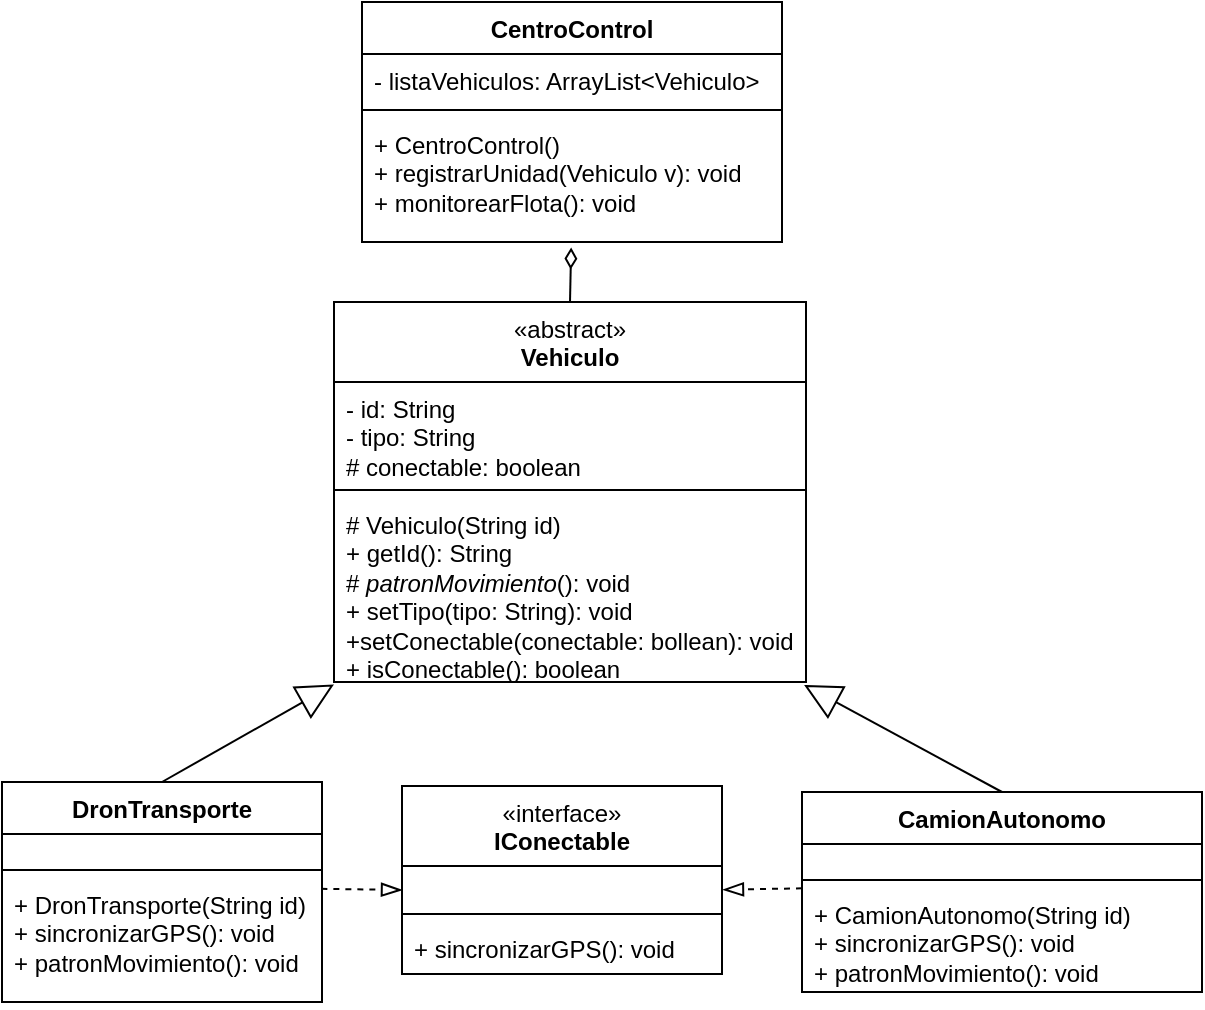
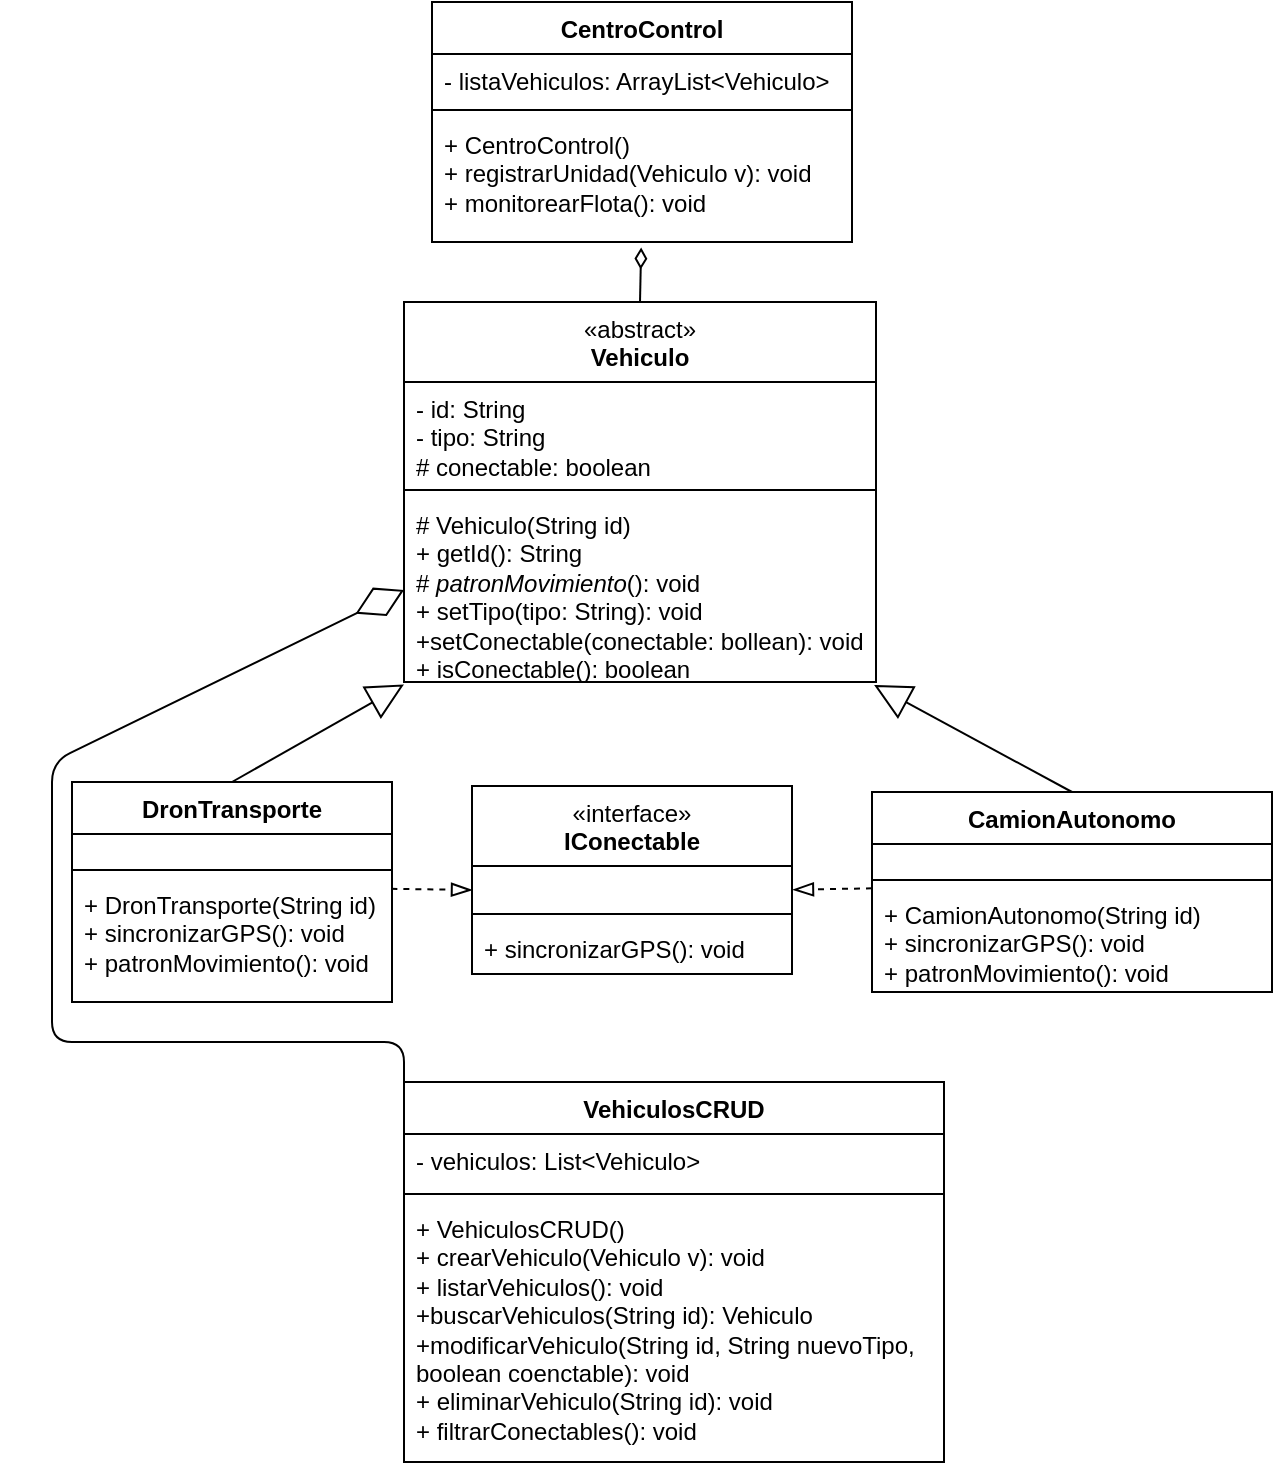
<mxfile host="app.diagrams.net">
  <diagram name="Página-1" id="Gx-6Sk3iEYZY395NJ4nk">
-     <mxGraphModel dx="852" dy="648" grid="1" gridSize="10" guides="1" tooltips="1" connect="1" arrows="1" fold="1" page="1" pageScale="1" pageWidth="827" pageHeight="1169" math="0" shadow="0">
+     <mxGraphModel dx="583" dy="694" grid="1" gridSize="10" guides="1" tooltips="1" connect="1" arrows="1" fold="1" page="1" pageScale="1" pageWidth="827" pageHeight="1169" math="0" shadow="0">
      <root>
        <mxCell id="0" />
        <mxCell id="1" parent="0" />
        <mxCell id="bkj872Oz4KbGmm8OL5di-1" parent="1" style="swimlane;fontStyle=1;align=center;verticalAlign=top;childLayout=stackLayout;horizontal=1;startSize=40;horizontalStack=0;resizeParent=1;resizeParentMax=0;resizeLast=0;collapsible=1;marginBottom=0;whiteSpace=wrap;html=1;" value="&lt;div&gt;&lt;span style=&quot;font-weight: 400;&quot;&gt;«abstract»&lt;/span&gt;&lt;br style=&quot;font-weight: 400;&quot;&gt;&lt;/div&gt;Vehiculo" vertex="1">
          <mxGeometry height="190" width="236" x="296" y="180" as="geometry">
            <mxRectangle height="40" width="100" x="335" y="170" as="alternateBounds" />
          </mxGeometry>
        </mxCell>
        <mxCell id="bkj872Oz4KbGmm8OL5di-2" parent="bkj872Oz4KbGmm8OL5di-1" style="text;strokeColor=none;fillColor=none;align=left;verticalAlign=top;spacingLeft=4;spacingRight=4;overflow=hidden;rotatable=0;points=[[0,0.5],[1,0.5]];portConstraint=eastwest;whiteSpace=wrap;html=1;" value="- id: String&lt;div&gt;- tipo: String&lt;/div&gt;&lt;div&gt;# conectable: boolean&lt;/div&gt;" vertex="1">
          <mxGeometry height="50" width="236" y="40" as="geometry" />
        </mxCell>
        <mxCell id="bkj872Oz4KbGmm8OL5di-3" parent="bkj872Oz4KbGmm8OL5di-1" style="line;strokeWidth=1;fillColor=none;align=left;verticalAlign=middle;spacingTop=-1;spacingLeft=3;spacingRight=3;rotatable=0;labelPosition=right;points=[];portConstraint=eastwest;strokeColor=inherit;" value="" vertex="1">
          <mxGeometry height="8" width="236" y="90" as="geometry" />
        </mxCell>
        <mxCell id="bkj872Oz4KbGmm8OL5di-4" parent="bkj872Oz4KbGmm8OL5di-1" style="text;strokeColor=none;fillColor=none;align=left;verticalAlign=top;spacingLeft=4;spacingRight=4;overflow=hidden;rotatable=0;points=[[0,0.5],[1,0.5]];portConstraint=eastwest;whiteSpace=wrap;html=1;" value="&lt;div&gt;# Vehiculo(String id)&lt;/div&gt;+ getId(): String&lt;div&gt;# &lt;i&gt;patronMovimiento&lt;/i&gt;(): void&lt;/div&gt;&lt;div&gt;+ setTipo(tipo: String): void&lt;/div&gt;&lt;div&gt;+setConectable(conectable: bollean): void&lt;/div&gt;&lt;div&gt;+ isConectable(): boolean&lt;/div&gt;" vertex="1">
          <mxGeometry height="92" width="236" y="98" as="geometry" />
        </mxCell>
        <mxCell id="bkj872Oz4KbGmm8OL5di-6" parent="1" style="swimlane;fontStyle=1;align=center;verticalAlign=top;childLayout=stackLayout;horizontal=1;startSize=40;horizontalStack=0;resizeParent=1;resizeParentMax=0;resizeLast=0;collapsible=1;marginBottom=0;whiteSpace=wrap;html=1;" value="&lt;span style=&quot;font-weight: 400;&quot;&gt;«interface»&lt;/span&gt;&lt;br style=&quot;font-weight: 400;&quot;&gt;&lt;b&gt;IConectable&lt;/b&gt;" vertex="1">
          <mxGeometry height="94" width="160" x="330" y="422" as="geometry">
            <mxRectangle height="40" width="100" x="340" y="338" as="alternateBounds" />
          </mxGeometry>
        </mxCell>
        <mxCell id="bkj872Oz4KbGmm8OL5di-7" parent="bkj872Oz4KbGmm8OL5di-6" style="text;strokeColor=none;fillColor=none;align=left;verticalAlign=top;spacingLeft=4;spacingRight=4;overflow=hidden;rotatable=0;points=[[0,0.5],[1,0.5]];portConstraint=eastwest;whiteSpace=wrap;html=1;" value="&lt;div&gt;&lt;br&gt;&lt;/div&gt;&lt;div&gt;&lt;br&gt;&lt;/div&gt;" vertex="1">
          <mxGeometry height="20" width="160" y="40" as="geometry" />
        </mxCell>
        <mxCell id="bkj872Oz4KbGmm8OL5di-8" parent="bkj872Oz4KbGmm8OL5di-6" style="line;strokeWidth=1;fillColor=none;align=left;verticalAlign=middle;spacingTop=-1;spacingLeft=3;spacingRight=3;rotatable=0;labelPosition=right;points=[];portConstraint=eastwest;strokeColor=inherit;" value="" vertex="1">
          <mxGeometry height="8" width="160" y="60" as="geometry" />
        </mxCell>
        <mxCell id="bkj872Oz4KbGmm8OL5di-9" parent="bkj872Oz4KbGmm8OL5di-6" style="text;strokeColor=none;fillColor=none;align=left;verticalAlign=top;spacingLeft=4;spacingRight=4;overflow=hidden;rotatable=0;points=[[0,0.5],[1,0.5]];portConstraint=eastwest;whiteSpace=wrap;html=1;" value="+ sincronizarGPS(): void" vertex="1">
          <mxGeometry height="26" width="160" y="68" as="geometry" />
        </mxCell>
        <mxCell id="bkj872Oz4KbGmm8OL5di-11" parent="1" style="swimlane;fontStyle=1;align=center;verticalAlign=top;childLayout=stackLayout;horizontal=1;startSize=26;horizontalStack=0;resizeParent=1;resizeParentMax=0;resizeLast=0;collapsible=1;marginBottom=0;whiteSpace=wrap;html=1;" value="DronTransporte" vertex="1">
          <mxGeometry height="110" width="160" x="130" y="420" as="geometry" />
        </mxCell>
        <mxCell id="bkj872Oz4KbGmm8OL5di-12" parent="bkj872Oz4KbGmm8OL5di-11" style="text;strokeColor=none;fillColor=none;align=left;verticalAlign=top;spacingLeft=4;spacingRight=4;overflow=hidden;rotatable=0;points=[[0,0.5],[1,0.5]];portConstraint=eastwest;whiteSpace=wrap;html=1;" value="&lt;span style=&quot;color: rgba(0, 0, 0, 0); font-family: monospace; font-size: 0px; white-space: nowrap;&quot;&gt;%3CmxGraphModel%3E%3Croot%3E%3CmxCell%20id%3D%220%22%2F%3E%3CmxCell%20id%3D%221%22%20parent%3D%220%22%2F%3E%3CmxCell%20id%3D%222%22%20parent%3D%221%22%20style%3D%22text%3BstrokeColor%3Dnone%3BfillColor%3Dnone%3Balign%3Dleft%3BverticalAlign%3Dtop%3BspacingLeft%3D4%3BspacingRight%3D4%3Boverflow%3Dhidden%3Brotatable%3D0%3Bpoints%3D%5B%5B0%2C0.5%5D%2C%5B1%2C0.5%5D%5D%3BportConstraint%3Deastwest%3BwhiteSpace%3Dwrap%3Bhtml%3D1%3B%22%20value%3D%22%26lt%3Bdiv%26gt%3B%26lt%3Bbr%26gt%3B%26lt%3B%2Fdiv%26gt%3B%26lt%3Bdiv%26gt%3B%26lt%3Bbr%26gt%3B%26lt%3B%2Fdiv%26gt%3B%22%20vertex%3D%221%22%3E%3CmxGeometry%20height%3D%2220%22%20width%3D%22160%22%20x%3D%22340%22%20y%3D%22378%22%20as%3D%22geometry%22%2F%3E%3C%2FmxCell%3E%3C%2Froot%3E%3C%2FmxGraphModel%3E&lt;/span&gt;&lt;div&gt;&lt;span style=&quot;color: rgba(0, 0, 0, 0); font-family: monospace; font-size: 0px; white-space: nowrap;&quot;&gt;&lt;br&gt;&lt;/span&gt;&lt;/div&gt;" vertex="1">
          <mxGeometry height="14" width="160" y="26" as="geometry" />
        </mxCell>
        <mxCell id="bkj872Oz4KbGmm8OL5di-13" parent="bkj872Oz4KbGmm8OL5di-11" style="line;strokeWidth=1;fillColor=none;align=left;verticalAlign=middle;spacingTop=-1;spacingLeft=3;spacingRight=3;rotatable=0;labelPosition=right;points=[];portConstraint=eastwest;strokeColor=inherit;" value="" vertex="1">
          <mxGeometry height="8" width="160" y="40" as="geometry" />
        </mxCell>
        <mxCell id="bkj872Oz4KbGmm8OL5di-14" parent="bkj872Oz4KbGmm8OL5di-11" style="text;strokeColor=none;fillColor=none;align=left;verticalAlign=top;spacingLeft=4;spacingRight=4;overflow=hidden;rotatable=0;points=[[0,0.5],[1,0.5]];portConstraint=eastwest;whiteSpace=wrap;html=1;" value="+ DronTransporte(String id)&lt;div&gt;&lt;div&gt;+ sincronizarGPS(): void&lt;/div&gt;&lt;/div&gt;&lt;div&gt;+&amp;nbsp;patronMovimiento(): void&lt;/div&gt;" vertex="1">
          <mxGeometry height="62" width="160" y="48" as="geometry" />
        </mxCell>
        <mxCell id="bkj872Oz4KbGmm8OL5di-16" edge="1" parent="1" source="bkj872Oz4KbGmm8OL5di-11" style="endArrow=block;endSize=16;endFill=0;html=1;rounded=0;entryX=0;entryY=1.013;entryDx=0;entryDy=0;entryPerimeter=0;exitX=0.5;exitY=0;exitDx=0;exitDy=0;" target="bkj872Oz4KbGmm8OL5di-4" value="">
          <mxGeometry relative="1" width="160" as="geometry">
            <mxPoint x="330" y="360" as="sourcePoint" />
            <mxPoint x="490" y="360" as="targetPoint" />
          </mxGeometry>
        </mxCell>
        <mxCell id="y_XMCYgOpmnqqYBFIQhc-5" parent="1" style="swimlane;fontStyle=1;align=center;verticalAlign=top;childLayout=stackLayout;horizontal=1;startSize=26;horizontalStack=0;resizeParent=1;resizeParentMax=0;resizeLast=0;collapsible=1;marginBottom=0;whiteSpace=wrap;html=1;" value="CentroControl" vertex="1">
          <mxGeometry height="120" width="210" x="310" y="30" as="geometry" />
        </mxCell>
        <mxCell id="y_XMCYgOpmnqqYBFIQhc-6" parent="y_XMCYgOpmnqqYBFIQhc-5" style="text;strokeColor=none;fillColor=none;align=left;verticalAlign=top;spacingLeft=4;spacingRight=4;overflow=hidden;rotatable=0;points=[[0,0.5],[1,0.5]];portConstraint=eastwest;whiteSpace=wrap;html=1;" value="- listaVehiculos: ArrayList&amp;lt;Vehiculo&amp;gt;" vertex="1">
          <mxGeometry height="24" width="210" y="26" as="geometry" />
        </mxCell>
        <mxCell id="y_XMCYgOpmnqqYBFIQhc-7" parent="y_XMCYgOpmnqqYBFIQhc-5" style="line;strokeWidth=1;fillColor=none;align=left;verticalAlign=middle;spacingTop=-1;spacingLeft=3;spacingRight=3;rotatable=0;labelPosition=right;points=[];portConstraint=eastwest;strokeColor=inherit;" value="" vertex="1">
          <mxGeometry height="8" width="210" y="50" as="geometry" />
        </mxCell>
        <mxCell id="y_XMCYgOpmnqqYBFIQhc-8" parent="y_XMCYgOpmnqqYBFIQhc-5" style="text;strokeColor=none;fillColor=none;align=left;verticalAlign=top;spacingLeft=4;spacingRight=4;overflow=hidden;rotatable=0;points=[[0,0.5],[1,0.5]];portConstraint=eastwest;whiteSpace=wrap;html=1;" value="&lt;div&gt;+ CentroControl()&lt;/div&gt;+ registrarUnidad(Vehiculo v): void&lt;div&gt;+ monitorearFlota(): void&lt;/div&gt;" vertex="1">
          <mxGeometry height="62" width="210" y="58" as="geometry" />
        </mxCell>
        <mxCell id="y_XMCYgOpmnqqYBFIQhc-15" edge="1" parent="1" source="y_XMCYgOpmnqqYBFIQhc-8" style="endArrow=none;startArrow=diamondThin;endFill=0;startFill=0;html=1;verticalAlign=bottom;labelBackgroundColor=none;strokeWidth=1;startSize=8;endSize=8;rounded=0;entryX=0.5;entryY=0;entryDx=0;entryDy=0;exitX=0.498;exitY=1.045;exitDx=0;exitDy=0;exitPerimeter=0;" target="bkj872Oz4KbGmm8OL5di-1" value="">
          <mxGeometry relative="1" width="160" as="geometry">
            <mxPoint x="535" y="170" as="sourcePoint" />
            <mxPoint x="755" y="200" as="targetPoint" />
          </mxGeometry>
        </mxCell>
        <mxCell id="y_XMCYgOpmnqqYBFIQhc-27" parent="1" style="swimlane;fontStyle=1;align=center;verticalAlign=top;childLayout=stackLayout;horizontal=1;startSize=26;horizontalStack=0;resizeParent=1;resizeParentMax=0;resizeLast=0;collapsible=1;marginBottom=0;whiteSpace=wrap;html=1;" value="CamionAutonomo" vertex="1">
          <mxGeometry height="100" width="200" x="530" y="425" as="geometry" />
        </mxCell>
        <mxCell id="y_XMCYgOpmnqqYBFIQhc-28" parent="y_XMCYgOpmnqqYBFIQhc-27" style="text;strokeColor=none;fillColor=none;align=left;verticalAlign=top;spacingLeft=4;spacingRight=4;overflow=hidden;rotatable=0;points=[[0,0.5],[1,0.5]];portConstraint=eastwest;whiteSpace=wrap;html=1;" value="&lt;span style=&quot;color: rgba(0, 0, 0, 0); font-family: monospace; font-size: 0px; white-space: nowrap;&quot;&gt;%3CmxGraphModel%3E%3Croot%3E%3CmxCell%20id%3D%220%22%2F%3E%3CmxCell%20id%3D%221%22%20parent%3D%220%22%2F%3E%3CmxCell%20id%3D%222%22%20parent%3D%221%22%20style%3D%22text%3BstrokeColor%3Dnone%3BfillColor%3Dnone%3Balign%3Dleft%3BverticalAlign%3Dtop%3BspacingLeft%3D4%3BspacingRight%3D4%3Boverflow%3Dhidden%3Brotatable%3D0%3Bpoints%3D%5B%5B0%2C0.5%5D%2C%5B1%2C0.5%5D%5D%3BportConstraint%3Deastwest%3BwhiteSpace%3Dwrap%3Bhtml%3D1%3B%22%20value%3D%22%26lt%3Bdiv%26gt%3B%26lt%3Bbr%26gt%3B%26lt%3B%2Fdiv%26gt%3B%26lt%3Bdiv%26gt%3B%26lt%3Bbr%26gt%3B%26lt%3B%2Fdiv%26gt%3B%22%20vertex%3D%221%22%3E%3CmxGeometry%20height%3D%2220%22%20width%3D%22160%22%20x%3D%22340%22%20y%3D%22378%22%20as%3D%22geometry%22%2F%3E%3C%2FmxCell%3E%3C%2Froot%3E%3C%2FmxGraphModel%3E&lt;/span&gt;" vertex="1">
          <mxGeometry height="14" width="200" y="26" as="geometry" />
        </mxCell>
        <mxCell id="y_XMCYgOpmnqqYBFIQhc-29" parent="y_XMCYgOpmnqqYBFIQhc-27" style="line;strokeWidth=1;fillColor=none;align=left;verticalAlign=middle;spacingTop=-1;spacingLeft=3;spacingRight=3;rotatable=0;labelPosition=right;points=[];portConstraint=eastwest;strokeColor=inherit;" value="" vertex="1">
          <mxGeometry height="8" width="200" y="40" as="geometry" />
        </mxCell>
        <mxCell id="y_XMCYgOpmnqqYBFIQhc-30" parent="y_XMCYgOpmnqqYBFIQhc-27" style="text;strokeColor=none;fillColor=none;align=left;verticalAlign=top;spacingLeft=4;spacingRight=4;overflow=hidden;rotatable=0;points=[[0,0.5],[1,0.5]];portConstraint=eastwest;whiteSpace=wrap;html=1;" value="+ CamionAutonomo(String id)&lt;div&gt;&lt;span style=&quot;background-color: transparent; color: light-dark(rgb(0, 0, 0), rgb(255, 255, 255));&quot;&gt;+ sincronizarGPS(): void&lt;/span&gt;&lt;/div&gt;&lt;div&gt;+&amp;nbsp;patronMovimiento(): void&lt;span style=&quot;background-color: transparent; color: light-dark(rgb(0, 0, 0), rgb(255, 255, 255));&quot;&gt;&lt;/span&gt;&lt;/div&gt;" vertex="1">
          <mxGeometry height="52" width="200" y="48" as="geometry" />
        </mxCell>
        <mxCell id="y_XMCYgOpmnqqYBFIQhc-31" edge="1" parent="1" source="y_XMCYgOpmnqqYBFIQhc-27" style="endArrow=block;endSize=16;endFill=0;html=1;rounded=0;entryX=0.996;entryY=1.016;entryDx=0;entryDy=0;entryPerimeter=0;exitX=0.5;exitY=0;exitDx=0;exitDy=0;" target="bkj872Oz4KbGmm8OL5di-4" value="">
          <mxGeometry relative="1" width="160" as="geometry">
            <mxPoint x="310" y="349" as="sourcePoint" />
            <mxPoint x="350" y="310" as="targetPoint" />
          </mxGeometry>
        </mxCell>
        <mxCell id="y_XMCYgOpmnqqYBFIQhc-38" edge="1" parent="1" source="bkj872Oz4KbGmm8OL5di-14" style="html=1;verticalAlign=bottom;labelBackgroundColor=none;endArrow=blockThin;endFill=0;endSize=8;rounded=0;entryX=0;entryY=0.6;entryDx=0;entryDy=0;entryPerimeter=0;dashed=1;exitX=0.998;exitY=0.087;exitDx=0;exitDy=0;exitPerimeter=0;" target="bkj872Oz4KbGmm8OL5di-7" value="">
          <mxGeometry relative="1" width="160" as="geometry">
            <mxPoint x="300" y="474" as="sourcePoint" />
            <mxPoint x="470" y="502.74" as="targetPoint" />
          </mxGeometry>
        </mxCell>
        <mxCell id="y_XMCYgOpmnqqYBFIQhc-41" edge="1" parent="1" source="y_XMCYgOpmnqqYBFIQhc-30" style="html=1;verticalAlign=bottom;labelBackgroundColor=none;endArrow=blockThin;endFill=0;endSize=8;rounded=0;dashed=1;exitX=0;exitY=0.003;exitDx=0;exitDy=0;entryX=1.003;entryY=0.593;entryDx=0;entryDy=0;entryPerimeter=0;exitPerimeter=0;" target="bkj872Oz4KbGmm8OL5di-7" value="">
          <mxGeometry relative="1" width="160" as="geometry">
            <mxPoint x="310" y="504" as="sourcePoint" />
            <mxPoint x="500" y="464" as="targetPoint" />
          </mxGeometry>
        </mxCell>
+         <mxCell id="IxsSMRNGfXRgSVnCZn6l-1" parent="1" style="swimlane;fontStyle=1;align=center;verticalAlign=top;childLayout=stackLayout;horizontal=1;startSize=26;horizontalStack=0;resizeParent=1;resizeParentMax=0;resizeLast=0;collapsible=1;marginBottom=0;whiteSpace=wrap;html=1;" value="VehiculosCRUD" vertex="1">
+           <mxGeometry height="190" width="270" x="296" y="570" as="geometry" />
+         </mxCell>
+         <mxCell id="IxsSMRNGfXRgSVnCZn6l-2" parent="IxsSMRNGfXRgSVnCZn6l-1" style="text;strokeColor=none;fillColor=none;align=left;verticalAlign=top;spacingLeft=4;spacingRight=4;overflow=hidden;rotatable=0;points=[[0,0.5],[1,0.5]];portConstraint=eastwest;whiteSpace=wrap;html=1;" value="- vehiculos: List&amp;lt;Vehiculo&amp;gt;" vertex="1">
+           <mxGeometry height="26" width="270" y="26" as="geometry" />
+         </mxCell>
+         <mxCell id="IxsSMRNGfXRgSVnCZn6l-3" parent="IxsSMRNGfXRgSVnCZn6l-1" style="line;strokeWidth=1;fillColor=none;align=left;verticalAlign=middle;spacingTop=-1;spacingLeft=3;spacingRight=3;rotatable=0;labelPosition=right;points=[];portConstraint=eastwest;strokeColor=inherit;" value="" vertex="1">
+           <mxGeometry height="8" width="270" y="52" as="geometry" />
+         </mxCell>
+         <mxCell id="IxsSMRNGfXRgSVnCZn6l-4" parent="IxsSMRNGfXRgSVnCZn6l-1" style="text;strokeColor=none;fillColor=none;align=left;verticalAlign=top;spacingLeft=4;spacingRight=4;overflow=hidden;rotatable=0;points=[[0,0.5],[1,0.5]];portConstraint=eastwest;whiteSpace=wrap;html=1;" value="+ VehiculosCRUD()&lt;div&gt;+ crearVehiculo(Vehiculo v): void&lt;/div&gt;&lt;div&gt;+ listarVehiculos(): void&lt;/div&gt;&lt;div&gt;+buscarVehiculos(String id): Vehiculo&lt;/div&gt;&lt;div&gt;+modificarVehiculo(String id, String nuevoTipo, boolean coenctable): void&lt;/div&gt;&lt;div&gt;+ eliminarVehiculo(String id): void&lt;/div&gt;&lt;div&gt;+ filtrarConectables(): void&lt;/div&gt;" vertex="1">
+           <mxGeometry height="130" width="270" y="60" as="geometry" />
+         </mxCell>
+         <mxCell id="IxsSMRNGfXRgSVnCZn6l-9" edge="1" parent="1" source="IxsSMRNGfXRgSVnCZn6l-4" style="endArrow=diamondThin;endFill=0;endSize=24;html=1;rounded=1;exitX=0;exitY=0.5;exitDx=0;exitDy=0;curved=0;entryX=0;entryY=0.5;entryDx=0;entryDy=0;" target="bkj872Oz4KbGmm8OL5di-4" value="">
+           <mxGeometry relative="1" width="160" as="geometry">
+             <Array as="points">
+               <mxPoint x="296" y="550" />
+               <mxPoint x="120" y="550" />
+               <mxPoint x="120" y="410" />
+             </Array>
+             <mxPoint x="150" y="520" as="sourcePoint" />
+             <mxPoint x="180" y="590" as="targetPoint" />
+           </mxGeometry>
+         </mxCell>
      </root>
    </mxGraphModel>
  </diagram>
</mxfile>
